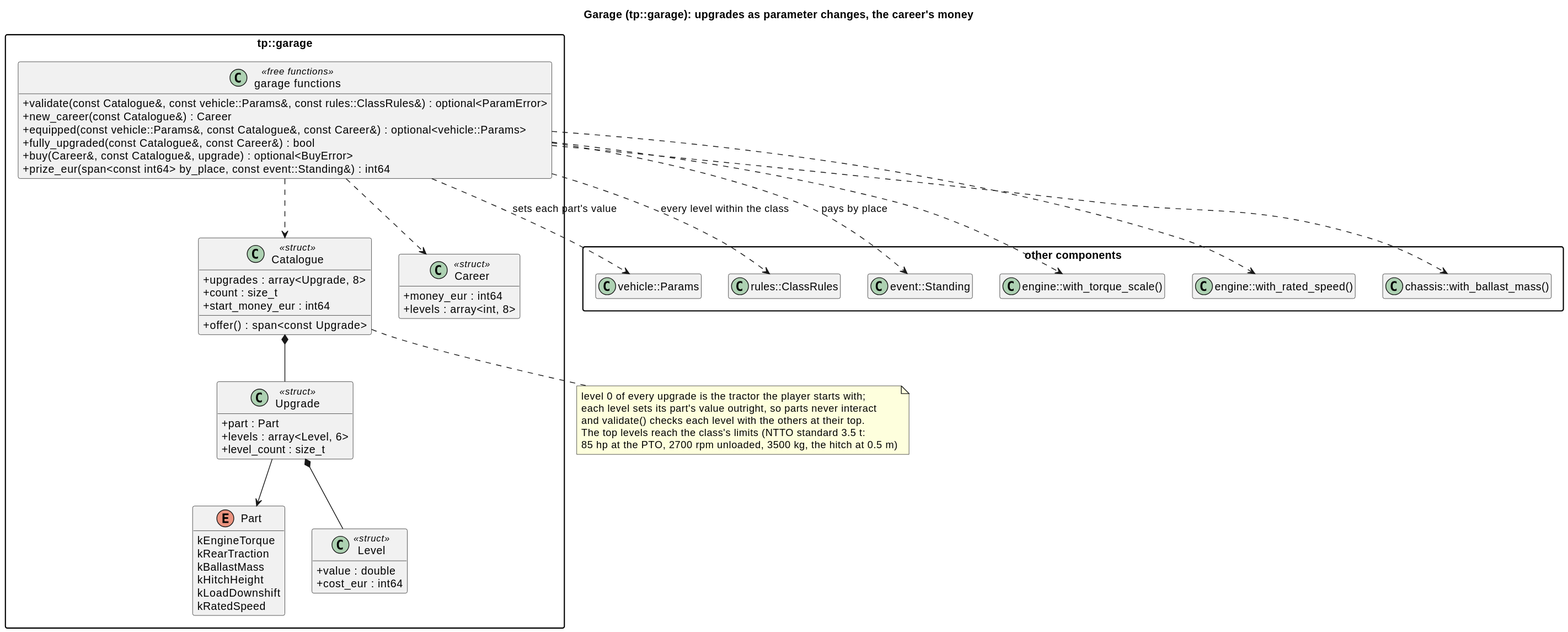
wversteeg/TractorPulling keeps this PlantUML diagram as docs/diagrams/svg/garage_classes.svg. Above is the earlier version.
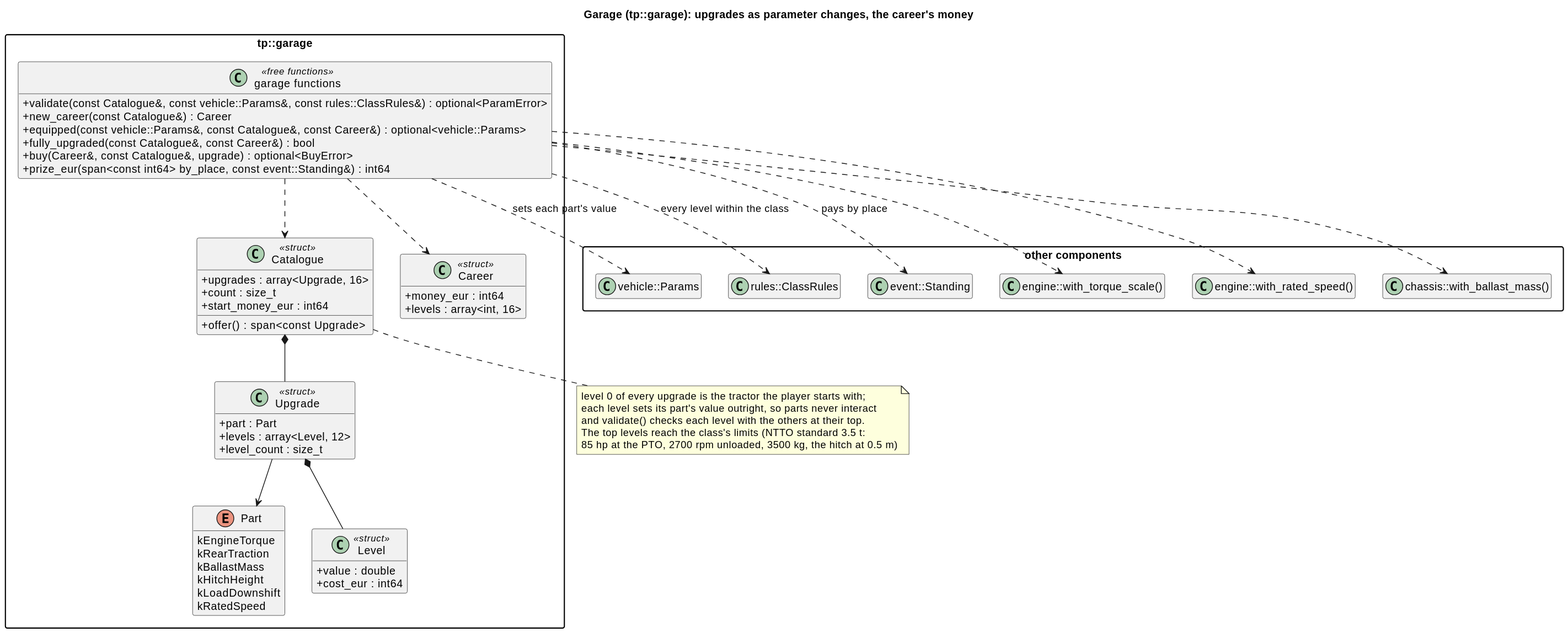
Later version of the same file.

The edit, as a diff of the source:
```diff
@@ -28,18 +28,18 @@
   }
   class Upgrade <<struct>> {
     +part : Part
-    +levels : array<Level, 6>
+    +levels : array<Level, 12>
     +level_count : size_t
   }
   class Catalogue <<struct>> {
-    +upgrades : array<Upgrade, 8>
+    +upgrades : array<Upgrade, 16>
     +count : size_t
     +start_money_eur : int64
     +offer() : span<const Upgrade>
   }
   class Career <<struct>> {
     +money_eur : int64
-    +levels : array<int, 8>
+    +levels : array<int, 16>
   }
   class "garage functions" as GarageFns <<free functions>> {
     +validate(const Catalogue&, const vehicle::Params&, const rules::ClassRules&) : optional<ParamError>
```
